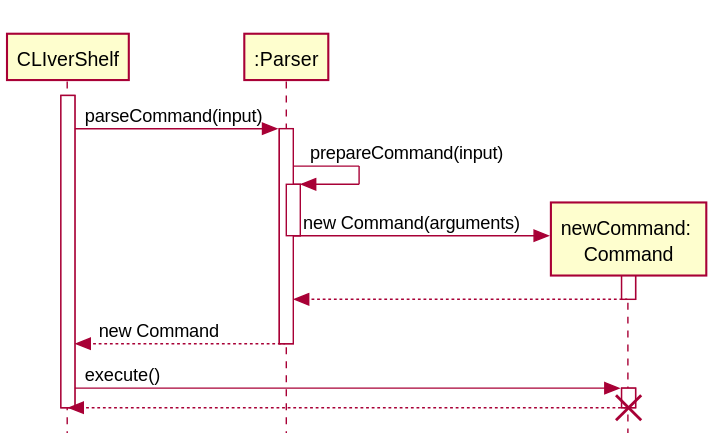
This is docs/diagrams/Logic_Command_SequenceDiagram.svg from zh1huang/tp, a PlantUML export, as it was before one commit.
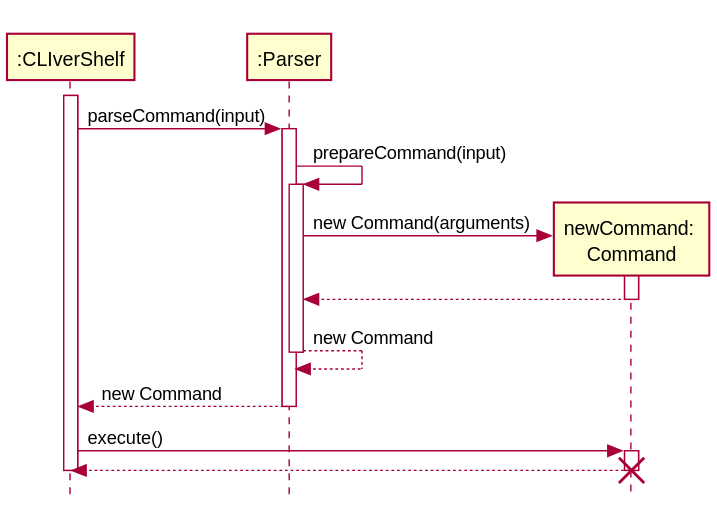
After the commit.

Diff of the diagram source:
```diff
@@ -1,7 +1,7 @@
 @startuml
 !include Style.puml
 
-participant "CLIverShelf" as Main
+participant ":CLIverShelf" as Main
 participant ":Parser" as Parser
 participant "newCommand: \nCommand" as Command
 
@@ -13,10 +13,12 @@
 Parser -> Parser: prepareCommand(input)
 activate Parser
 Parser -> Command **: new Command(arguments)
-deactivate Parser
+
 activate Command
 Command --> Parser
 deactivate Command
+Parser --> Parser: new Command
+deactivate Parser
 Parser --> Main: new Command
 deactivate Parser
 
```
